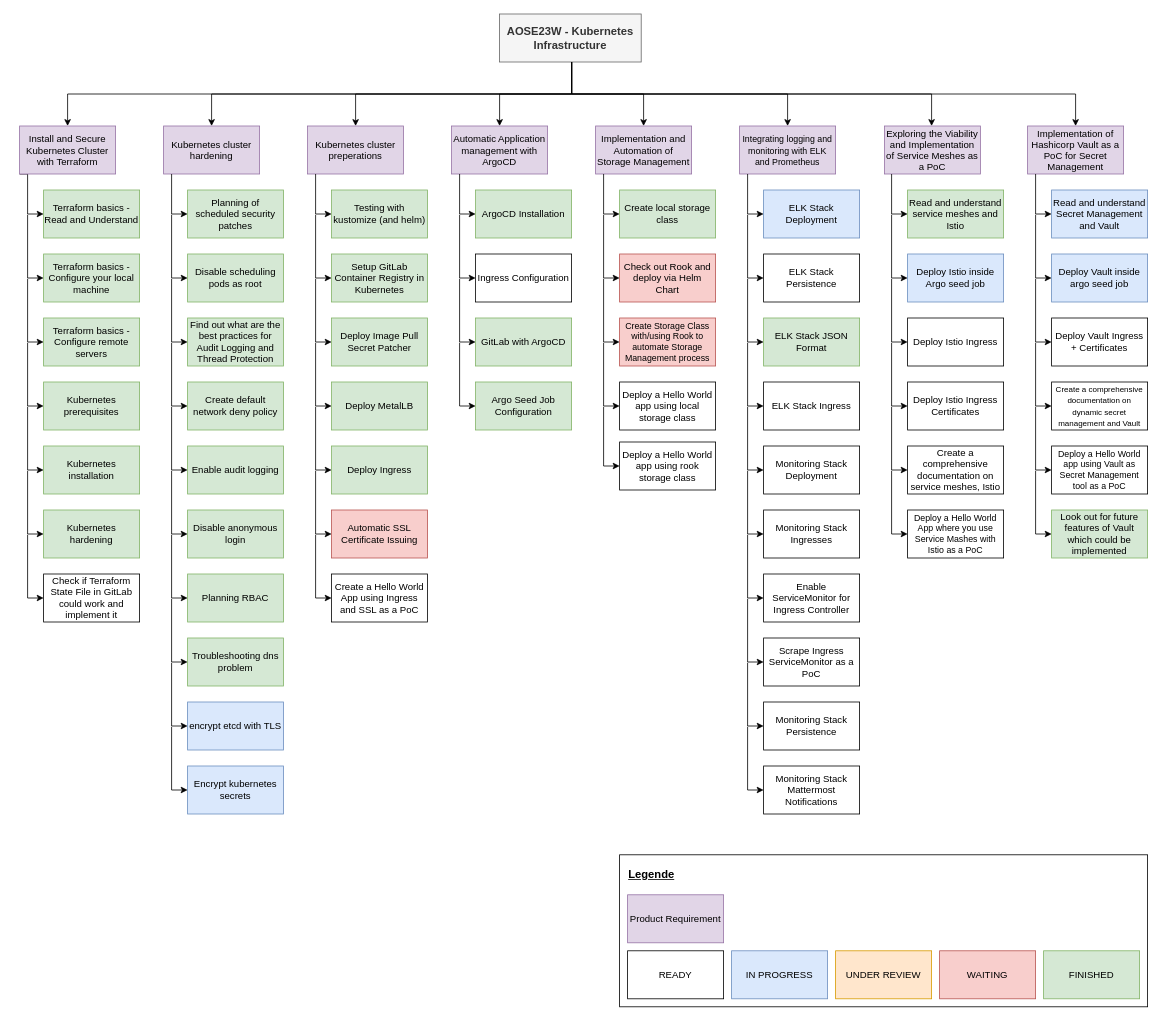
The draw.io diagram uni-bsc/product-requirements-kubernetes-infrastructure.drawio in pogii123/drawio-charts, before the edit. Source tidied: cells renumbered, new cells numbered last; positions are measured from the earlier drawing's top-left corner, leaving out a move shared by most shapes. Both pictures are drawn from the tidied source at 80%, with x=0, y=0 at pixel (19, 14).
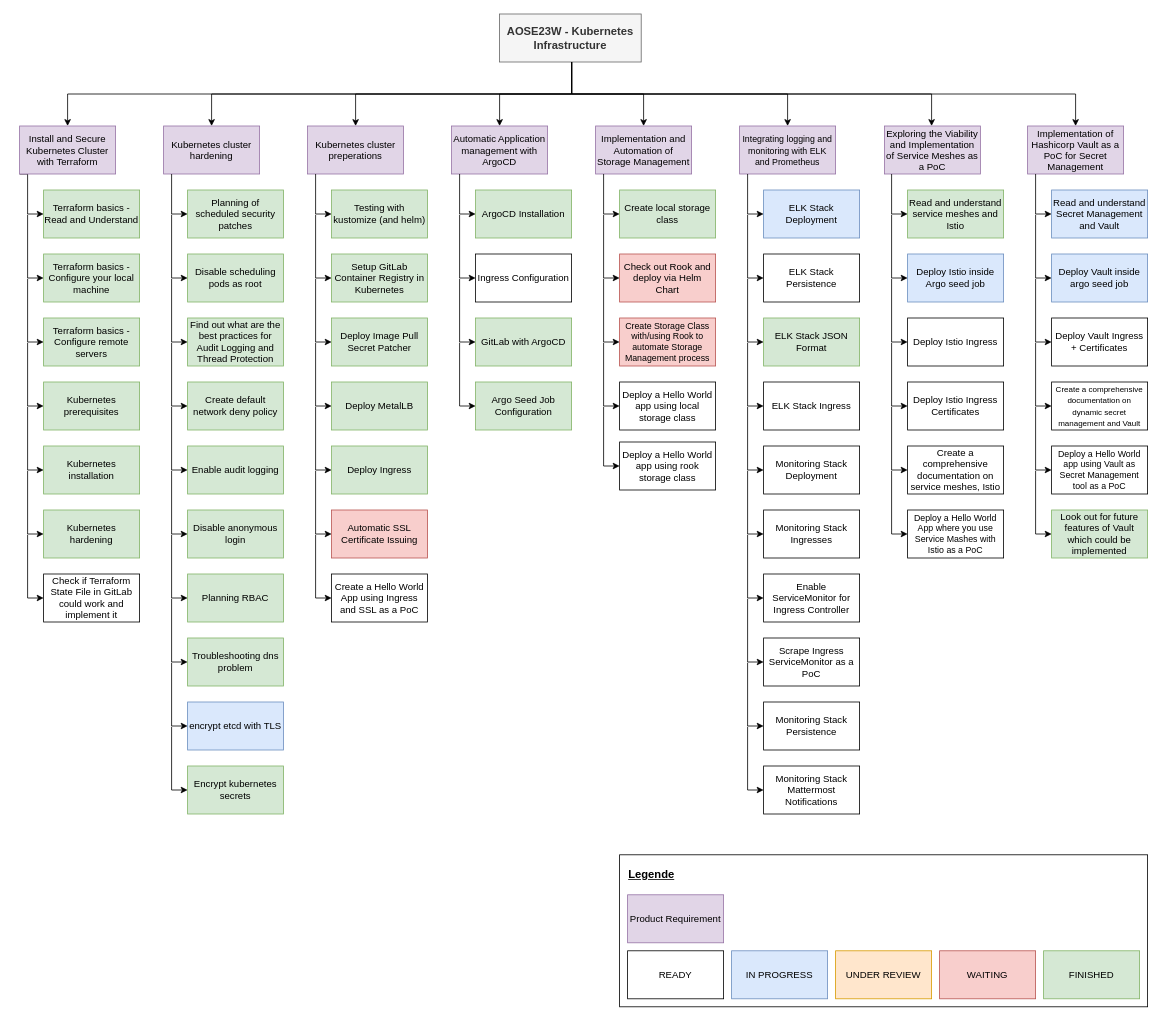
Above is the later version.

What changed in the source:
```diff
@@
-    <mxCell id="56" value="Encrypt kubernetes secrets" style="rounded=0;whiteSpace=wrap;html=1;fillColor=#dae8fc;strokeColor=#6c8ebf;" parent="1" vertex="1">
+    <mxCell id="56" value="Encrypt kubernetes secrets" style="rounded=0;whiteSpace=wrap;html=1;fillColor=#d5e8d4;strokeColor=#82b366;" parent="1" vertex="1">
       <mxGeometry x="210" y="940" width="120" height="60" as="geometry" />
     </mxCell>
```
